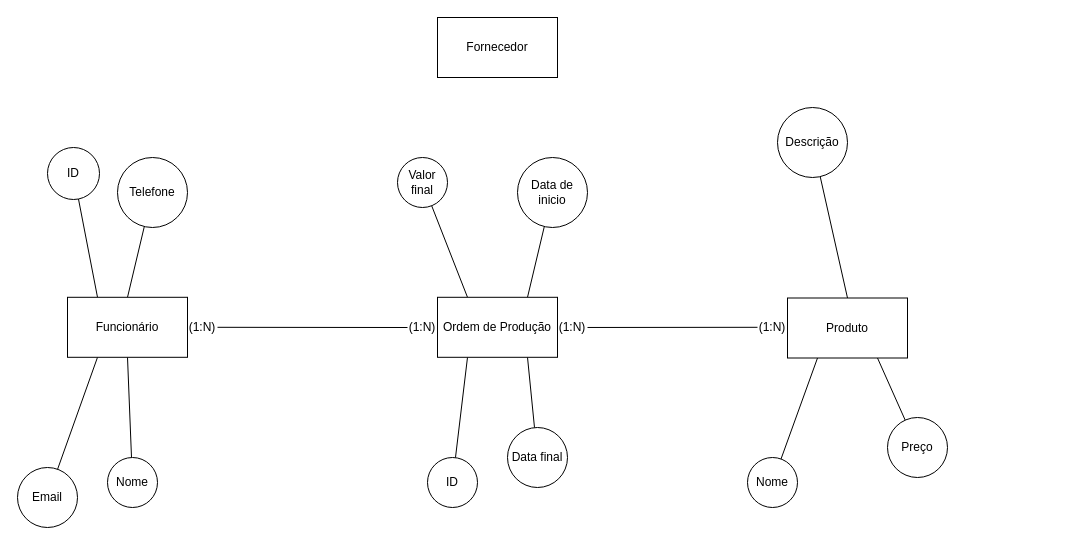
marcel-aita/DEVNOITE keeps this draw.io diagram as page "Sistem de Gestão de Ordens de Produção" (2 of 3) of BD/Exercicios_DER/exercicios_DER.drawio. Above is the earlier version. Source tidied: cells renumbered, new cells numbered last; positions are measured from the earlier drawing's top-left corner, leaving out a move shared by most shapes. Both pictures are drawn from the tidied source at 100%, with x=0, y=0 at pixel (17, 17).
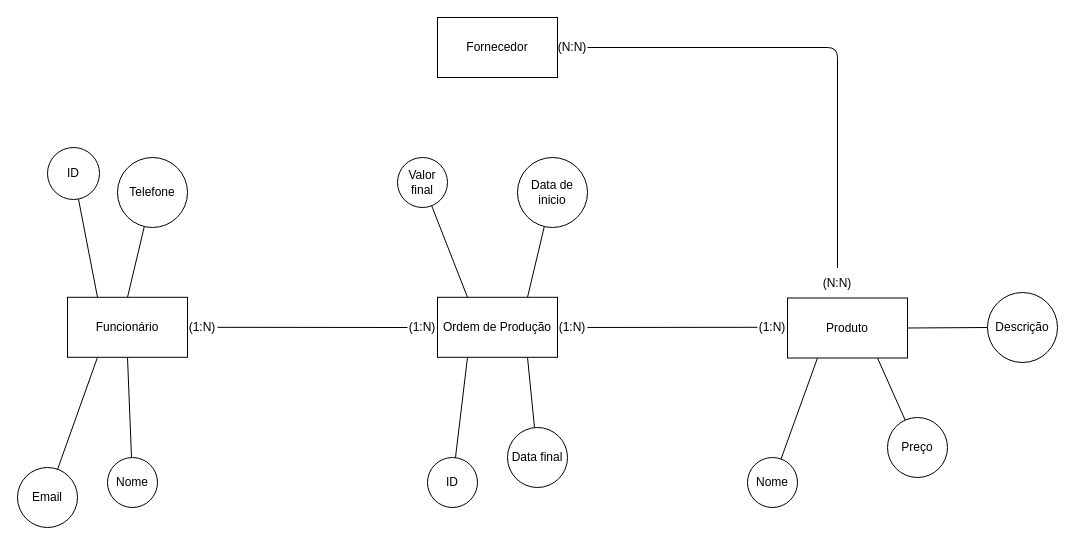
The same page after the edit.

Unchanged cells that the change refers to:
```xml
<mxCell id="9" value="Fornecedor" style="rounded=0;whiteSpace=wrap;html=1;" parent="1" vertex="1">
  <mxGeometry x="420" width="120" height="60" as="geometry" />
</mxCell>
<mxCell id="14" value="Produto" style="rounded=0;whiteSpace=wrap;html=1;" parent="1" vertex="1">
  <mxGeometry x="770" y="280.5" width="120" height="60" as="geometry" />
</mxCell>
```

What changed in the source:
```diff
@@
-    <mxCell id="12" style="edgeStyle=none;shape=connector;rounded=1;html=1;exitX=0.5;exitY=0;exitDx=0;exitDy=0;strokeColor=default;align=center;verticalAlign=middle;fontFamily=Helvetica;fontSize=12;fontColor=default;labelBackgroundColor=default;endArrow=none;endFill=0;" parent="1" edge="1" source="14" target="36">
+    <mxCell id="12" style="edgeStyle=none;shape=connector;rounded=1;html=1;exitX=1;exitY=0.5;exitDx=0;exitDy=0;strokeColor=default;align=center;verticalAlign=middle;fontFamily=Helvetica;fontSize=12;fontColor=default;labelBackgroundColor=default;endArrow=none;endFill=0;" parent="1" edge="1" source="14" target="36">
       <mxGeometry relative="1" as="geometry" />
     </mxCell>
@@
     <mxCell id="36" value="Descrição" style="ellipse;whiteSpace=wrap;html=1;rounded=0;strokeColor=default;align=center;verticalAlign=middle;fontFamily=Helvetica;fontSize=12;fontColor=default;fillColor=default;" parent="1" vertex="1">
-      <mxGeometry x="760" y="90" width="70" height="70" as="geometry" />
+      <mxGeometry x="970" y="275" width="70" height="70" as="geometry" />
     </mxCell>
@@
+    <mxCell id="39" style="edgeStyle=none;html=1;exitX=1;exitY=0.5;exitDx=0;exitDy=0;endArrow=none;endFill=0;" parent="1" edge="1" source="9">
+      <mxGeometry relative="1" as="geometry">
+        <mxPoint x="540" y="30" as="targetPoint" />
+      </mxGeometry>
+    </mxCell>
+    <mxCell id="40" value="(N:N)" style="text;html=1;align=center;verticalAlign=middle;whiteSpace=wrap;rounded=0;" parent="1" vertex="1">
+      <mxGeometry x="540" y="15" width="30" height="30" as="geometry" />
+    </mxCell>
+    <mxCell id="41" style="edgeStyle=none;html=1;exitX=1;exitY=0.5;exitDx=0;exitDy=0;entryX=0.5;entryY=0;entryDx=0;entryDy=0;endArrow=none;endFill=0;" parent="1" edge="1" source="40" target="42">
+      <mxGeometry relative="1" as="geometry">
+        <Array as="points">
+          <mxPoint x="820" y="30" />
+        </Array>
+      </mxGeometry>
+    </mxCell>
+    <mxCell id="42" value="(N:N)" style="text;html=1;align=center;verticalAlign=middle;whiteSpace=wrap;rounded=0;" parent="1" vertex="1">
+      <mxGeometry x="790" y="250.5" width="60" height="30" as="geometry" />
+    </mxCell>
```
